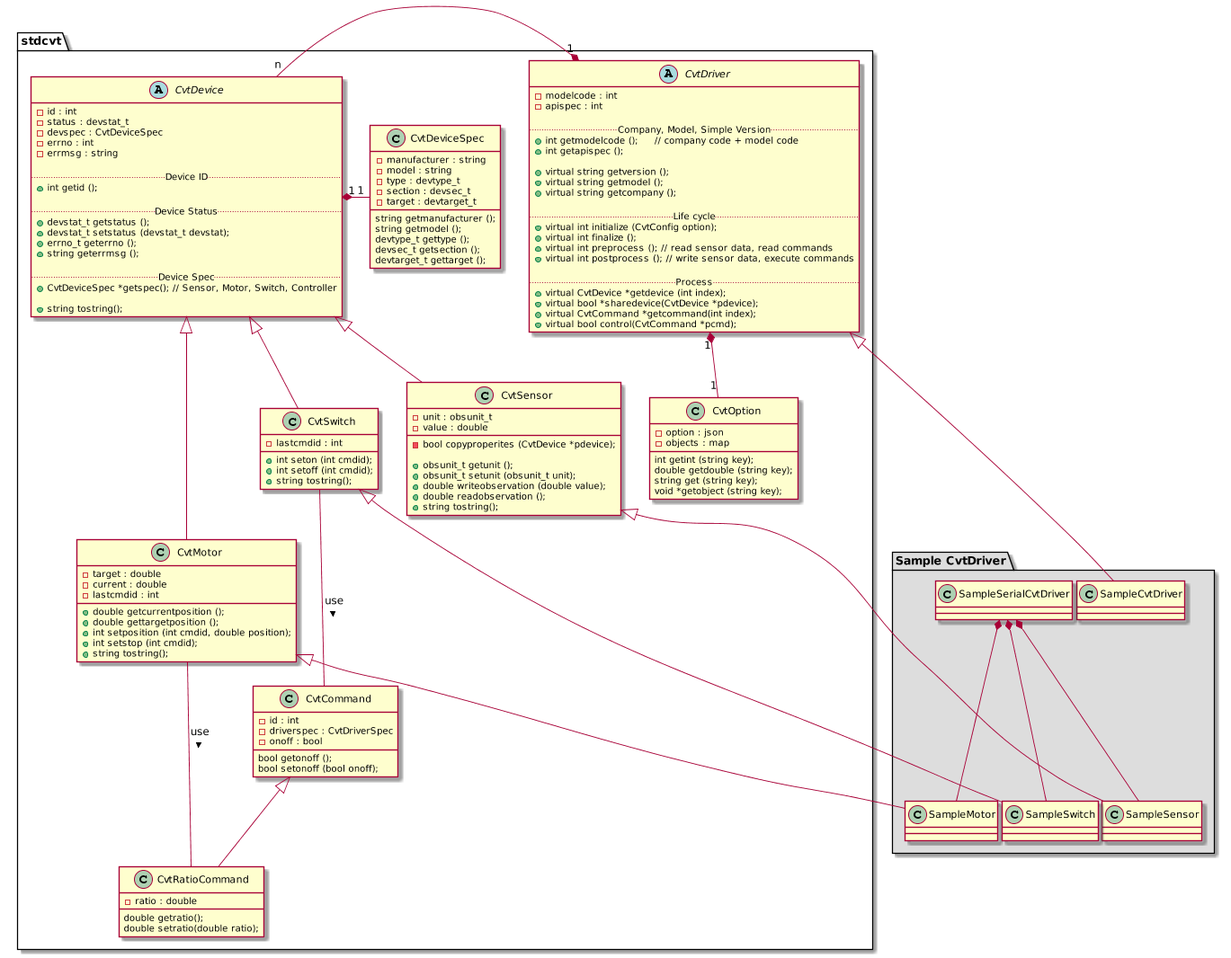
Above: doc/images/driver_class.png in ebio-snu/cvtdriver (PlantUML), before the change.
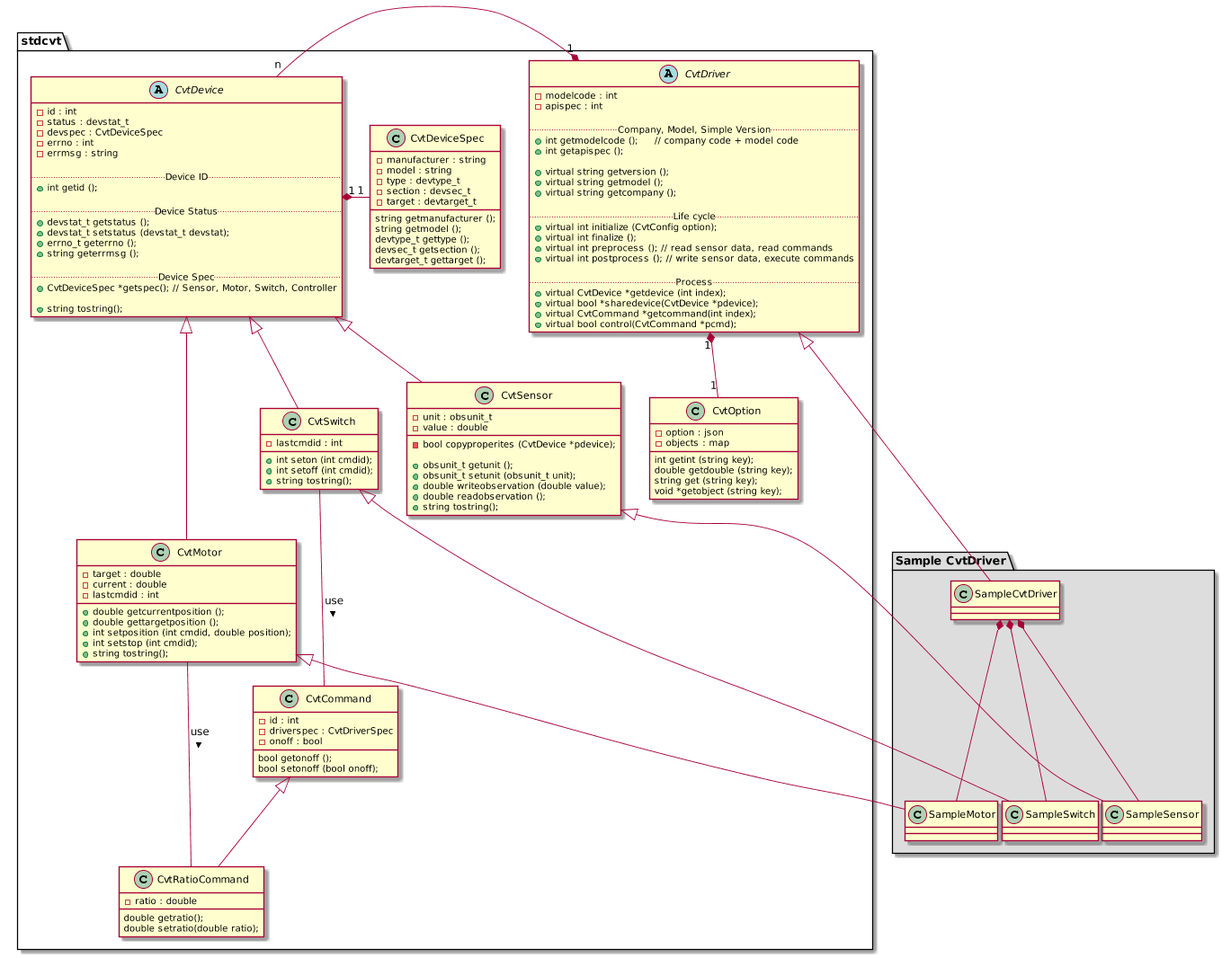
The same file after the commit.

Commit message:
클래스 다이어그램 오류 수정

The edit, as a diff of the source:
```diff
@@ -153,8 +153,8 @@
     CvtMotor <|-- SampleMotor
     CvtSwitch <|-- SampleSwitch
 
-    SampleSerialCvtDriver *-- SampleSensor
-    SampleSerialCvtDriver *-- SampleMotor
-    SampleSerialCvtDriver *-- SampleSwitch
+    SampleCvtDriver *-- SampleSensor
+    SampleCvtDriver *-- SampleMotor
+    SampleCvtDriver *-- SampleSwitch
 }
 @enduml
```
